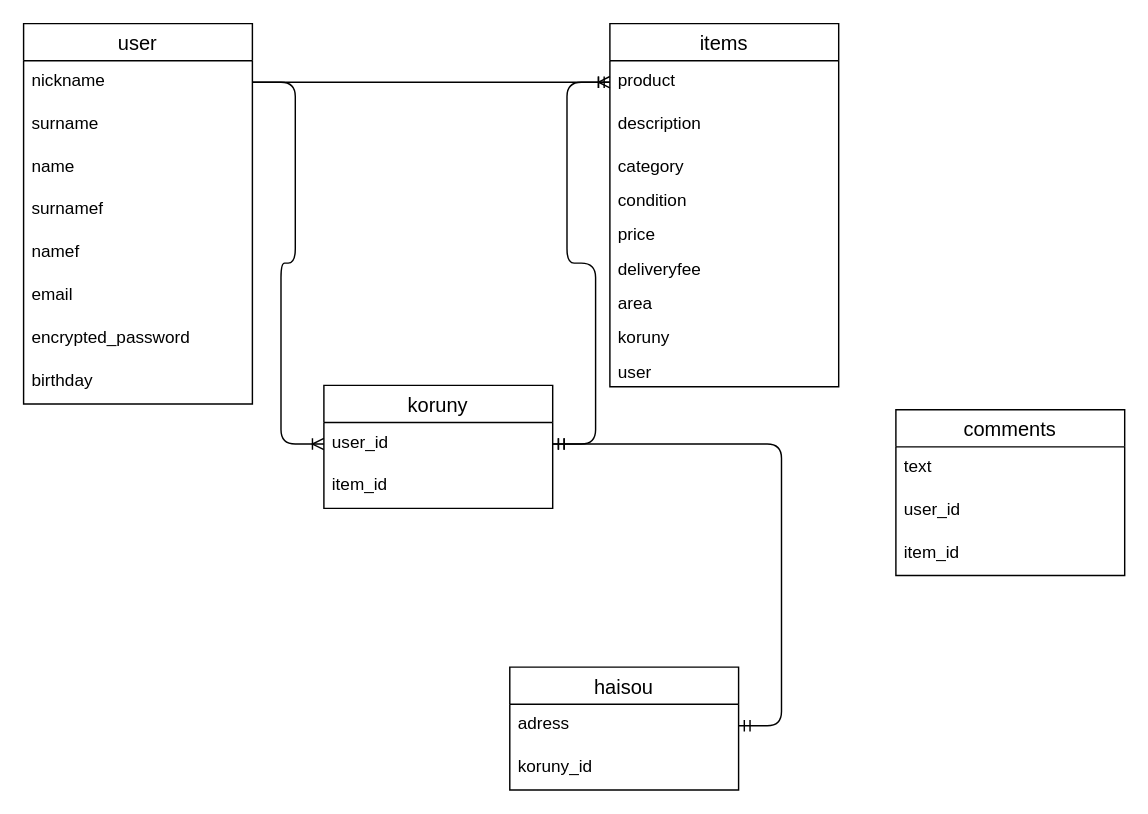
The draw.io diagram app/views/ER.dio in mahha334/furima-31178, before the edit. Source tidied: cells renumbered, new cells numbered last; positions are measured from the earlier drawing's top-left corner, leaving out a move shared by most shapes. Both pictures are drawn from the tidied source at 143%, with x=0, y=0 at pixel (23, 23).
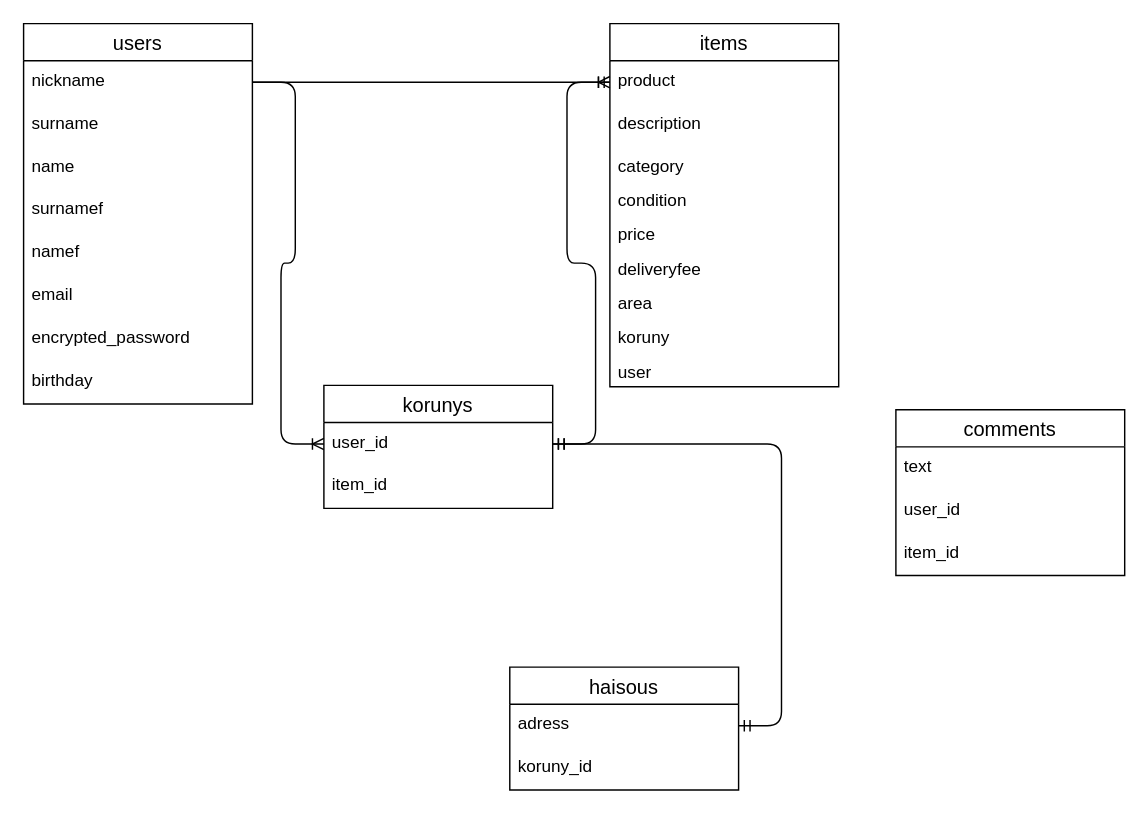
Above is the later version.

Diff of the diagram source:
```diff
@@
-    <mxCell id="13" value="user" style="swimlane;fontStyle=0;horizontal=1;startSize=26;align=center;fontSize=14;rounded=0;sketch=0;" parent="1" vertex="1">
+    <mxCell id="13" value="users" style="swimlane;fontStyle=0;horizontal=1;startSize=26;align=center;fontSize=14;rounded=0;sketch=0;" parent="1" vertex="1">
       <mxGeometry width="160" height="266" as="geometry" />
     </mxCell>
@@
-    <mxCell id="22" value="koruny" style="swimlane;fontStyle=0;horizontal=1;startSize=26;align=center;fontSize=14;rounded=0;sketch=0;" parent="1" vertex="1">
+    <mxCell id="22" value="korunys" style="swimlane;fontStyle=0;horizontal=1;startSize=26;align=center;fontSize=14;rounded=0;sketch=0;" parent="1" vertex="1">
       <mxGeometry x="210" y="253" width="160" height="86" as="geometry" />
     </mxCell>
@@
-    <mxCell id="29" value="haisou" style="swimlane;fontStyle=0;horizontal=1;startSize=26;align=center;fontSize=14;rounded=0;sketch=0;" parent="1" vertex="1">
+    <mxCell id="29" value="haisous" style="swimlane;fontStyle=0;horizontal=1;startSize=26;align=center;fontSize=14;rounded=0;sketch=0;" parent="1" vertex="1">
       <mxGeometry x="340" y="450" width="160" height="86" as="geometry" />
     </mxCell>
```
